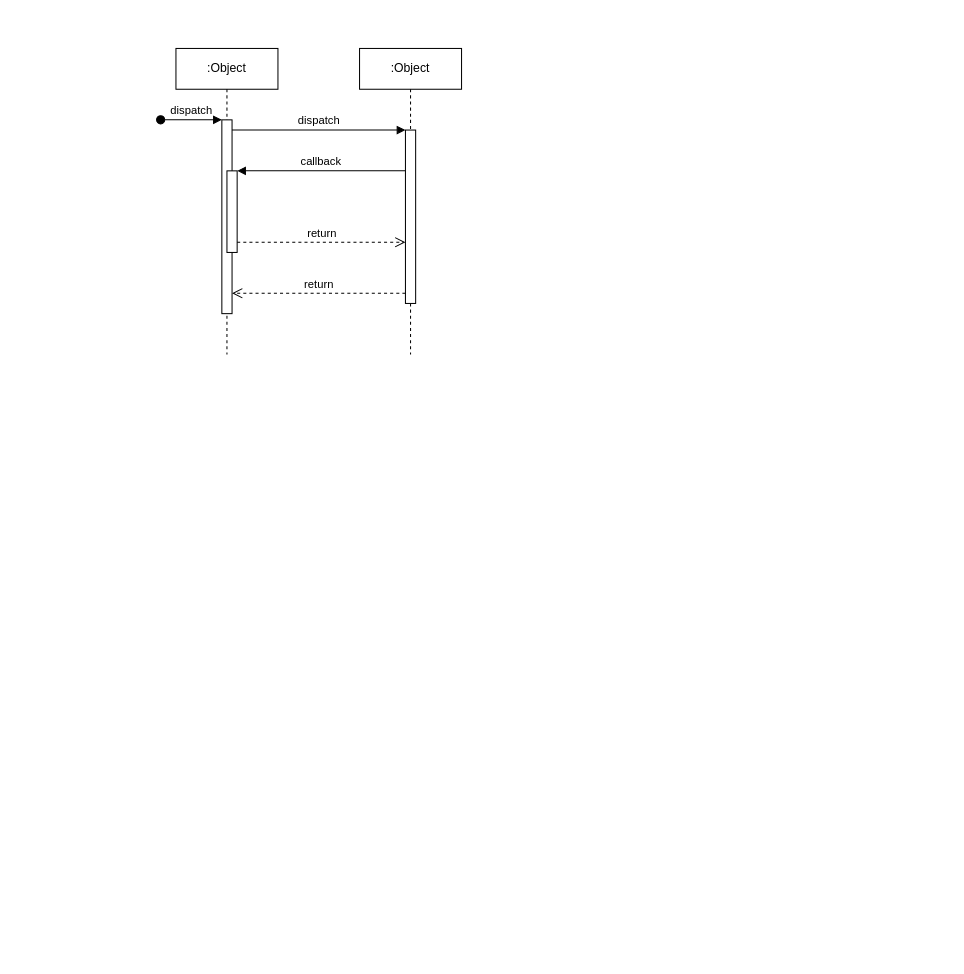
13personn/MainRepository keeps this draw.io diagram as sequence1.drawio. Above is the earlier version. Source tidied: cells renumbered, new cells numbered last; positions are measured from the earlier drawing's top-left corner, leaving out a move shared by most shapes. Both pictures are drawn from the tidied source at 102%, with x=0, y=0 at pixel (160, 48).
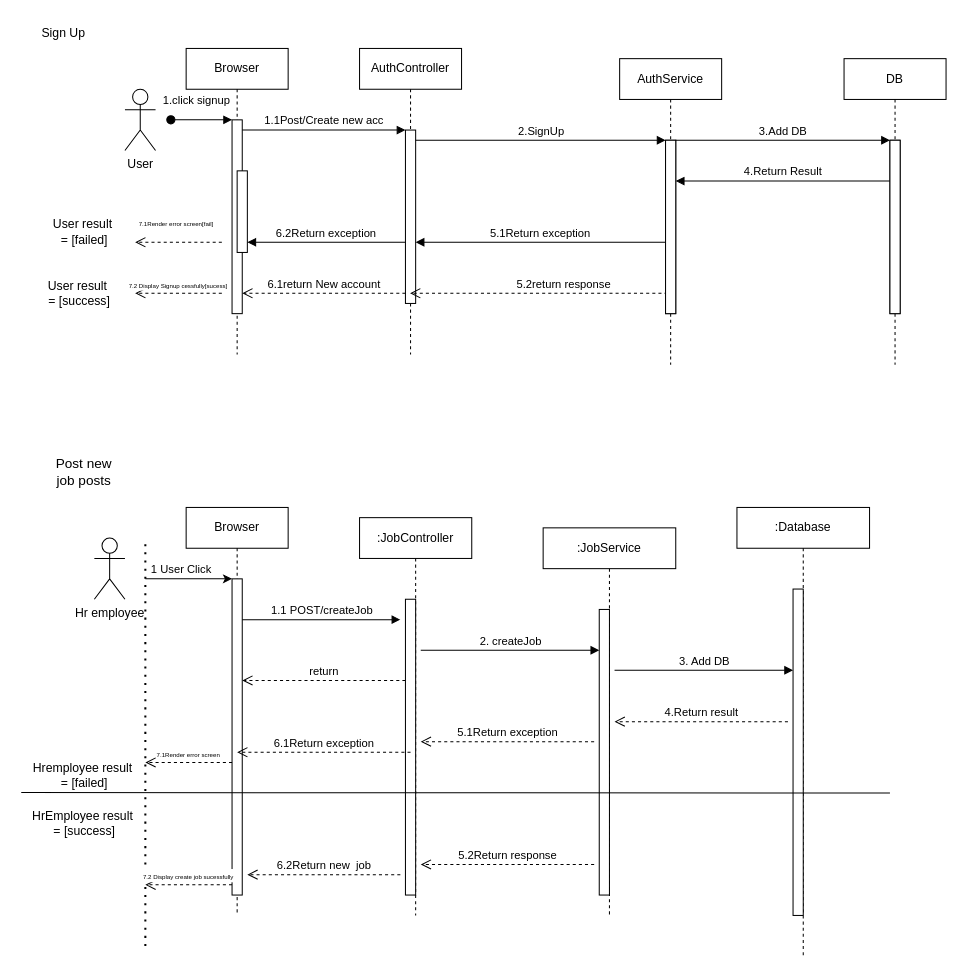
Above is the later version.

Commit message:
Cập nhật sequence1.drawio

The change refers to these unchanged cells:
```xml
<mxCell id="3" style="html=1;points=[];perimeter=orthogonalPerimeter;outlineConnect=0;targetShapes=umlLifeline;portConstraint=eastwest;newEdgeStyle={&quot;edgeStyle&quot;:&quot;elbowEdgeStyle&quot;,&quot;elbow&quot;:&quot;vertical&quot;,&quot;curved&quot;:0,&quot;rounded&quot;:0};" parent="2" vertex="1">
  <mxGeometry x="45" y="70" width="10" height="190" as="geometry" />
</mxCell>
<mxCell id="5" style="html=1;points=[];perimeter=orthogonalPerimeter;outlineConnect=0;targetShapes=umlLifeline;portConstraint=eastwest;newEdgeStyle={&quot;edgeStyle&quot;:&quot;elbowEdgeStyle&quot;,&quot;elbow&quot;:&quot;vertical&quot;,&quot;curved&quot;:0,&quot;rounded&quot;:0};" parent="2" vertex="1">
  <mxGeometry x="50" y="120" width="10" height="80" as="geometry" />
</mxCell>
<mxCell id="7" style="html=1;points=[];perimeter=orthogonalPerimeter;outlineConnect=0;targetShapes=umlLifeline;portConstraint=eastwest;newEdgeStyle={&quot;edgeStyle&quot;:&quot;elbowEdgeStyle&quot;,&quot;elbow&quot;:&quot;vertical&quot;,&quot;curved&quot;:0,&quot;rounded&quot;:0};" parent="6" vertex="1">
  <mxGeometry x="45" y="80" width="10" height="170" as="geometry" />
</mxCell>
```

The edit, as a diff of the source:
```diff
@@
-    <mxCell id="2" value=":Object" style="shape=umlLifeline;perimeter=lifelinePerimeter;whiteSpace=wrap;html=1;newEdgeStyle={&quot;edgeStyle&quot;:&quot;elbowEdgeStyle&quot;,&quot;elbow&quot;:&quot;vertical&quot;,&quot;curved&quot;:0,&quot;rounded&quot;:0};" parent="1" vertex="1">
-      <mxGeometry x="15" width="100" height="300" as="geometry" />
+    <mxCell id="2" value="Browser" style="shape=umlLifeline;perimeter=lifelinePerimeter;whiteSpace=wrap;html=1;newEdgeStyle={&quot;edgeStyle&quot;:&quot;elbowEdgeStyle&quot;,&quot;elbow&quot;:&quot;vertical&quot;,&quot;curved&quot;:0,&quot;rounded&quot;:0};" parent="1" vertex="1">
+      <mxGeometry x="25" width="100" height="300" as="geometry" />
     </mxCell>
@@
-    <mxCell id="4" value="dispatch" style="html=1;verticalAlign=bottom;startArrow=oval;endArrow=block;startSize=8;edgeStyle=elbowEdgeStyle;elbow=vertical;curved=0;rounded=0;" parent="2" edge="1" target="3">
-      <mxGeometry relative="1" as="geometry">
+    <mxCell id="4" value="1.click signup" style="html=1;verticalAlign=bottom;startArrow=oval;endArrow=block;startSize=8;edgeStyle=elbowEdgeStyle;elbow=vertical;curved=0;rounded=0;" parent="2" edge="1" target="3">
+      <mxGeometry x="-0.17" y="10" relative="1" as="geometry">
         <mxPoint x="-15" y="70" as="sourcePoint" />
       </mxGeometry>
     </mxCell>
@@
-    <mxCell id="6" value=":Object" style="shape=umlLifeline;perimeter=lifelinePerimeter;whiteSpace=wrap;html=1;outlineConnect=0;portConstraint=eastwest;newEdgeStyle={&quot;edgeStyle&quot;:&quot;elbowEdgeStyle&quot;,&quot;elbow&quot;:&quot;vertical&quot;,&quot;curved&quot;:0,&quot;rounded&quot;:0};" parent="1" vertex="1">
+    <mxCell id="6" value="AuthController" style="shape=umlLifeline;perimeter=lifelinePerimeter;whiteSpace=wrap;html=1;outlineConnect=0;portConstraint=eastwest;newEdgeStyle={&quot;edgeStyle&quot;:&quot;elbowEdgeStyle&quot;,&quot;elbow&quot;:&quot;vertical&quot;,&quot;curved&quot;:0,&quot;rounded&quot;:0};" parent="1" vertex="1">
       <mxGeometry x="195" width="100" height="300" as="geometry" />
     </mxCell>
@@
-    <mxCell id="8" value="dispatch" style="html=1;verticalAlign=bottom;endArrow=block;edgeStyle=elbowEdgeStyle;elbow=vertical;curved=0;rounded=0;" parent="1" edge="1" source="3" target="7">
+    <mxCell id="8" value="1.1Post/Create new acc" style="html=1;verticalAlign=bottom;endArrow=block;edgeStyle=elbowEdgeStyle;elbow=vertical;curved=0;rounded=0;" parent="1" edge="1" source="3" target="7">
       <mxGeometry relative="1" as="geometry">
         <Array as="points">
           <mxPoint x="155" y="80" />
         </Array>
       </mxGeometry>
     </mxCell>
-    <mxCell id="9" value="return" style="html=1;verticalAlign=bottom;endArrow=open;dashed=1;endSize=8;edgeStyle=elbowEdgeStyle;elbow=vertical;curved=0;rounded=0;" parent="1" edge="1" source="7" target="3">
+    <mxCell id="9" value="6.1return New account" style="html=1;verticalAlign=bottom;endArrow=open;dashed=1;endSize=8;edgeStyle=elbowEdgeStyle;elbow=vertical;curved=0;rounded=0;" parent="1" edge="1" source="7" target="3">
       <mxGeometry relative="1" as="geometry">
         <Array as="points">
           <mxPoint x="165" y="240" />
         </Array>
       </mxGeometry>
     </mxCell>
-    <mxCell id="10" value="callback" style="html=1;verticalAlign=bottom;endArrow=block;edgeStyle=elbowEdgeStyle;elbow=vertical;curved=0;rounded=0;" parent="1" edge="1" source="7" target="5">
+    <mxCell id="10" value="6.2Return exception" style="html=1;verticalAlign=bottom;endArrow=block;edgeStyle=elbowEdgeStyle;elbow=vertical;curved=0;rounded=0;" parent="1" edge="1" source="7" target="5">
       <mxGeometry relative="1" as="geometry">
         <Array as="points">
-          <mxPoint x="165" y="120" />
+          <mxPoint x="175" y="190" />
+          <mxPoint x="165" y="130" />
         </Array>
       </mxGeometry>
     </mxCell>
+    <mxCell id="12" value="User" style="shape=umlActor;verticalLabelPosition=bottom;verticalAlign=top;html=1;" parent="1" vertex="1">
+      <mxGeometry x="-35" y="40" width="30" height="60" as="geometry" />
+    </mxCell>
+    <mxCell id="13" style="html=1;points=[];perimeter=orthogonalPerimeter;outlineConnect=0;targetShapes=umlLifeline;portConstraint=eastwest;newEdgeStyle={&quot;edgeStyle&quot;:&quot;elbowEdgeStyle&quot;,&quot;elbow&quot;:&quot;vertical&quot;,&quot;curved&quot;:0,&quot;rounded&quot;:0};" parent="1" vertex="1">
+      <mxGeometry x="495" y="90" width="10" height="170" as="geometry" />
+    </mxCell>
+    <mxCell id="14" value="2.SignUp" style="html=1;verticalAlign=bottom;endArrow=block;edgeStyle=elbowEdgeStyle;elbow=vertical;curved=0;rounded=0;" parent="1" edge="1" source="7" target="13">
+      <mxGeometry relative="1" as="geometry">
+        <Array as="points">
+          <mxPoint x="410" y="90" />
+        </Array>
+      </mxGeometry>
+    </mxCell>
+    <mxCell id="15" value="5.2return response" style="html=1;verticalAlign=bottom;endArrow=open;dashed=1;endSize=8;edgeStyle=elbowEdgeStyle;elbow=vertical;curved=0;rounded=0;" parent="1" edge="1" target="6">
+      <mxGeometry relative="1" as="geometry">
+        <mxPoint x="495" y="190" as="sourcePoint" />
+        <Array as="points">
+          <mxPoint x="395" y="240" />
+          <mxPoint x="420" y="190" />
+        </Array>
+      </mxGeometry>
+    </mxCell>
+    <mxCell id="16" value="5.1Return exception" style="html=1;verticalAlign=bottom;endArrow=block;edgeStyle=elbowEdgeStyle;elbow=vertical;curved=0;rounded=0;" parent="1" edge="1" source="13" target="7">
+      <mxGeometry relative="1" as="geometry">
+        <Array as="points">
+          <mxPoint x="355" y="190" />
+          <mxPoint x="420" y="130" />
+        </Array>
+      </mxGeometry>
+    </mxCell>
+    <mxCell id="17" value="AuthService" style="shape=umlLifeline;perimeter=lifelinePerimeter;whiteSpace=wrap;html=1;newEdgeStyle={&quot;edgeStyle&quot;:&quot;elbowEdgeStyle&quot;,&quot;elbow&quot;:&quot;vertical&quot;,&quot;curved&quot;:0,&quot;rounded&quot;:0};" parent="1" vertex="1">
+      <mxGeometry x="450" y="10" width="100" height="300" as="geometry" />
+    </mxCell>
+    <mxCell id="18" style="html=1;points=[];perimeter=orthogonalPerimeter;outlineConnect=0;targetShapes=umlLifeline;portConstraint=eastwest;newEdgeStyle={&quot;edgeStyle&quot;:&quot;elbowEdgeStyle&quot;,&quot;elbow&quot;:&quot;vertical&quot;,&quot;curved&quot;:0,&quot;rounded&quot;:0};" parent="17" vertex="1">
+      <mxGeometry x="45" y="80" width="10" height="170" as="geometry" />
+    </mxCell>
+    <mxCell id="19" style="html=1;points=[];perimeter=orthogonalPerimeter;outlineConnect=0;targetShapes=umlLifeline;portConstraint=eastwest;newEdgeStyle={&quot;edgeStyle&quot;:&quot;elbowEdgeStyle&quot;,&quot;elbow&quot;:&quot;vertical&quot;,&quot;curved&quot;:0,&quot;rounded&quot;:0};" parent="1" vertex="1">
+      <mxGeometry x="715" y="90" width="10" height="170" as="geometry" />
+    </mxCell>
+    <mxCell id="20" value="3.Add DB" style="html=1;verticalAlign=bottom;endArrow=block;edgeStyle=elbowEdgeStyle;elbow=vertical;curved=0;rounded=0;" parent="1" edge="1" source="18" target="19">
+      <mxGeometry relative="1" as="geometry">
+        <Array as="points">
+          <mxPoint x="630" y="90" />
+        </Array>
+      </mxGeometry>
+    </mxCell>
+    <mxCell id="21" value="4.Return Result" style="html=1;verticalAlign=bottom;endArrow=block;edgeStyle=elbowEdgeStyle;elbow=vertical;curved=0;rounded=0;" parent="1" edge="1" source="19" target="18">
+      <mxGeometry relative="1" as="geometry">
+        <Array as="points">
+          <mxPoint x="640" y="130" />
+        </Array>
+      </mxGeometry>
+    </mxCell>
+    <mxCell id="22" value="DB" style="shape=umlLifeline;perimeter=lifelinePerimeter;whiteSpace=wrap;html=1;newEdgeStyle={&quot;edgeStyle&quot;:&quot;elbowEdgeStyle&quot;,&quot;elbow&quot;:&quot;vertical&quot;,&quot;curved&quot;:0,&quot;rounded&quot;:0};" parent="1" vertex="1">
+      <mxGeometry x="670" y="10" width="100" height="300" as="geometry" />
+    </mxCell>
+    <mxCell id="23" style="html=1;perimeter=orthogonalPerimeter;targetShapes=umlLifeline;newEdgeStyle={&quot;edgeStyle&quot;:&quot;elbowEdgeStyle&quot;,&quot;elbow&quot;:&quot;vertical&quot;,&quot;curved&quot;:0,&quot;rounded&quot;:0};" parent="22" vertex="1">
+      <mxGeometry x="45" y="80" width="10" height="170" as="geometry" />
+    </mxCell>
+    <mxCell id="24" value="&lt;font style=&quot;font-size: 6px;&quot;&gt;7.1Render error screen[fail]&lt;/font&gt;" style="html=1;verticalAlign=bottom;endArrow=open;dashed=1;endSize=8;edgeStyle=elbowEdgeStyle;elbow=vertical;curved=0;rounded=0;" parent="1" edge="1">
+      <mxGeometry x="0.06" y="-10" relative="1" as="geometry">
+        <mxPoint x="60" y="190" as="sourcePoint" />
+        <mxPoint x="-25" y="190" as="targetPoint" />
+        <Array as="points">
+          <mxPoint x="-10" y="190" />
+        </Array>
+      </mxGeometry>
+    </mxCell>
+    <mxCell id="25" value="&lt;font style=&quot;font-size: 6px;&quot;&gt;7.2 Display Signup cessfully[sucess]&lt;/font&gt;" style="html=1;verticalAlign=bottom;endArrow=open;dashed=1;endSize=8;edgeStyle=elbowEdgeStyle;elbow=vertical;curved=0;rounded=0;" parent="1" edge="1">
+      <mxGeometry relative="1" as="geometry">
+        <mxPoint x="60" y="240" as="sourcePoint" />
+        <mxPoint x="-25" y="240" as="targetPoint" />
+        <Array as="points">
+          <mxPoint x="-10" y="240" />
+        </Array>
+      </mxGeometry>
+    </mxCell>
+    <mxCell id="26" value="Browser" style="shape=umlLifeline;perimeter=lifelinePerimeter;whiteSpace=wrap;html=1;newEdgeStyle={&quot;edgeStyle&quot;:&quot;elbowEdgeStyle&quot;,&quot;elbow&quot;:&quot;vertical&quot;,&quot;curved&quot;:0,&quot;rounded&quot;:0};" parent="1" vertex="1">
+      <mxGeometry x="25" y="450" width="100" height="400" as="geometry" />
+    </mxCell>
+    <mxCell id="27" style="html=1;points=[];perimeter=orthogonalPerimeter;outlineConnect=0;targetShapes=umlLifeline;portConstraint=eastwest;newEdgeStyle={&quot;edgeStyle&quot;:&quot;elbowEdgeStyle&quot;,&quot;elbow&quot;:&quot;vertical&quot;,&quot;curved&quot;:0,&quot;rounded&quot;:0};" parent="26" vertex="1">
+      <mxGeometry x="45" y="70" width="10" height="310" as="geometry" />
+    </mxCell>
+    <mxCell id="28" value=":JobController" style="shape=umlLifeline;perimeter=lifelinePerimeter;whiteSpace=wrap;html=1;newEdgeStyle={&quot;edgeStyle&quot;:&quot;elbowEdgeStyle&quot;,&quot;elbow&quot;:&quot;vertical&quot;,&quot;curved&quot;:0,&quot;rounded&quot;:0};" parent="1" vertex="1">
+      <mxGeometry x="195" y="460" width="110" height="390" as="geometry" />
+    </mxCell>
+    <mxCell id="29" style="html=1;perimeter=orthogonalPerimeter;targetShapes=umlLifeline;newEdgeStyle={&quot;edgeStyle&quot;:&quot;elbowEdgeStyle&quot;,&quot;elbow&quot;:&quot;vertical&quot;,&quot;curved&quot;:0,&quot;rounded&quot;:0};" parent="28" vertex="1">
+      <mxGeometry x="45" y="80" width="10" height="290" as="geometry" />
+    </mxCell>
+    <mxCell id="30" value="1.1 POST/createJob" style="html=1;verticalAlign=bottom;endArrow=block;edgeStyle=elbowEdgeStyle;elbow=horizontal;curved=0;rounded=0;" parent="1" edge="1">
+      <mxGeometry relative="1" as="geometry">
+        <mxPoint x="80" y="560" as="sourcePoint" />
+        <mxPoint x="235" y="560" as="targetPoint" />
+        <Array as="points">
+          <mxPoint x="165" y="560" />
+        </Array>
+      </mxGeometry>
+    </mxCell>
-    <mxCell id="11" value="return" style="html=1;verticalAlign=bottom;endArrow=open;dashed=1;endSize=8;edgeStyle=elbowEdgeStyle;elbow=vertical;curved=0;rounded=0;" parent="1" edge="1" source="5" target="7">
+    <mxCell id="11" value="return" style="html=1;verticalAlign=bottom;endArrow=open;dashed=1;endSize=8;edgeStyle=elbowEdgeStyle;elbow=vertical;curved=0;rounded=0;" parent="1" edge="1">
       <mxGeometry relative="1" as="geometry">
+        <mxPoint x="240" y="619.6" as="sourcePoint" />
+        <mxPoint x="80" y="619.6" as="targetPoint" />
         <Array as="points">
-          <mxPoint x="155" y="190" />
+          <mxPoint x="175" y="619.6" />
         </Array>
       </mxGeometry>
     </mxCell>
+    <mxCell id="31" value="Hr employee" style="shape=umlActor;verticalLabelPosition=bottom;verticalAlign=top;html=1;" parent="1" vertex="1">
+      <mxGeometry x="-65" y="480" width="30" height="60" as="geometry" />
+    </mxCell>
+    <mxCell id="32" value=":JobService" style="shape=umlLifeline;perimeter=lifelinePerimeter;whiteSpace=wrap;html=1;newEdgeStyle={&quot;edgeStyle&quot;:&quot;elbowEdgeStyle&quot;,&quot;elbow&quot;:&quot;vertical&quot;,&quot;curved&quot;:0,&quot;rounded&quot;:0};size=40;" parent="1" vertex="1">
+      <mxGeometry x="375" y="470" width="130" height="380" as="geometry" />
+    </mxCell>
+    <mxCell id="33" style="html=1;perimeter=orthogonalPerimeter;targetShapes=umlLifeline;newEdgeStyle={&quot;edgeStyle&quot;:&quot;elbowEdgeStyle&quot;,&quot;elbow&quot;:&quot;vertical&quot;,&quot;curved&quot;:0,&quot;rounded&quot;:0};" parent="32" vertex="1">
+      <mxGeometry x="55" y="80" width="10" height="280" as="geometry" />
+    </mxCell>
+    <mxCell id="34" value="2. createJob" style="html=1;verticalAlign=bottom;endArrow=block;edgeStyle=elbowEdgeStyle;elbow=vertical;curved=0;rounded=0;" parent="1" edge="1">
+      <mxGeometry relative="1" as="geometry">
+        <mxPoint x="255" y="590" as="sourcePoint" />
+        <mxPoint x="430" y="590" as="targetPoint" />
+        <Array as="points">
+          <mxPoint x="340" y="590" />
+        </Array>
+      </mxGeometry>
+    </mxCell>
+    <mxCell id="35" value=":Database" style="shape=umlLifeline;perimeter=lifelinePerimeter;whiteSpace=wrap;html=1;newEdgeStyle={&quot;edgeStyle&quot;:&quot;elbowEdgeStyle&quot;,&quot;elbow&quot;:&quot;vertical&quot;,&quot;curved&quot;:0,&quot;rounded&quot;:0};size=40;" parent="1" vertex="1">
+      <mxGeometry x="565" y="450" width="130" height="440" as="geometry" />
+    </mxCell>
+    <mxCell id="36" style="html=1;perimeter=orthogonalPerimeter;targetShapes=umlLifeline;newEdgeStyle={&quot;edgeStyle&quot;:&quot;elbowEdgeStyle&quot;,&quot;elbow&quot;:&quot;vertical&quot;,&quot;curved&quot;:0,&quot;rounded&quot;:0};" parent="35" vertex="1">
+      <mxGeometry x="55" y="80" width="10" height="320" as="geometry" />
+    </mxCell>
+    <mxCell id="37" value="3. Add DB" style="html=1;verticalAlign=bottom;endArrow=block;edgeStyle=elbowEdgeStyle;elbow=vertical;curved=0;rounded=0;" parent="1" edge="1">
+      <mxGeometry relative="1" as="geometry">
+        <mxPoint x="445" y="609.6" as="sourcePoint" />
+        <mxPoint x="620" y="609.6" as="targetPoint" />
+        <Array as="points">
+          <mxPoint x="530" y="609.6" />
+        </Array>
+      </mxGeometry>
+    </mxCell>
+    <mxCell id="38" value="4.Return result" style="html=1;verticalAlign=bottom;endArrow=open;dashed=1;endSize=8;edgeStyle=elbowEdgeStyle;elbow=vertical;curved=0;rounded=0;" parent="1" edge="1">
+      <mxGeometry relative="1" as="geometry">
+        <mxPoint x="615" y="660" as="sourcePoint" />
+        <mxPoint x="445" y="660" as="targetPoint" />
+        <Array as="points">
+          <mxPoint x="540" y="660" />
+        </Array>
+      </mxGeometry>
+    </mxCell>
+    <mxCell id="39" value="5.1Return exception" style="html=1;verticalAlign=bottom;endArrow=open;dashed=1;endSize=8;edgeStyle=elbowEdgeStyle;elbow=vertical;curved=0;rounded=0;" parent="1" edge="1">
+      <mxGeometry relative="1" as="geometry">
+        <mxPoint x="425" y="679.6" as="sourcePoint" />
+        <mxPoint x="255" y="679.6" as="targetPoint" />
+        <Array as="points">
+          <mxPoint x="350" y="679.6" />
+        </Array>
+      </mxGeometry>
+    </mxCell>
+    <mxCell id="40" value="&lt;font style=&quot;font-size: 6px;&quot;&gt;7.1Render error screen&lt;/font&gt;" style="html=1;verticalAlign=bottom;endArrow=open;dashed=1;endSize=8;edgeStyle=elbowEdgeStyle;elbow=vertical;curved=0;rounded=0;" parent="1" edge="1" source="27">
+      <mxGeometry relative="1" as="geometry">
+        <mxPoint x="-15" y="700" as="targetPoint" />
+        <Array as="points">
+          <mxPoint y="700" />
+        </Array>
+      </mxGeometry>
+    </mxCell>
+    <mxCell id="41" value="6.1Return exception" style="html=1;verticalAlign=bottom;endArrow=open;dashed=1;endSize=8;edgeStyle=elbowEdgeStyle;elbow=vertical;curved=0;rounded=0;" parent="1" edge="1">
+      <mxGeometry relative="1" as="geometry">
+        <mxPoint x="245" y="690" as="sourcePoint" />
+        <mxPoint x="75" y="690" as="targetPoint" />
+        <Array as="points">
+          <mxPoint x="170" y="690" />
+        </Array>
+      </mxGeometry>
+    </mxCell>
+    <mxCell id="42" style="endArrow=none;dashed=1;html=1;dashPattern=1 3;strokeWidth=2;rounded=0;" parent="1" edge="1">
+      <mxGeometry relative="1" as="geometry">
+        <mxPoint x="-15" y="880" as="sourcePoint" />
+        <mxPoint x="-15" y="480" as="targetPoint" />
+      </mxGeometry>
+    </mxCell>
+    <mxCell id="43" style="endArrow=classic;html=1;rounded=0;" parent="1" edge="1" target="27">
+      <mxGeometry relative="1" as="geometry">
+        <mxPoint x="-15" y="520" as="sourcePoint" />
+      </mxGeometry>
+    </mxCell>
+    <mxCell id="44" value="1 User Click" style="edgeLabel;html=1;align=center;verticalAlign=middle;" parent="43" vertex="1">
+      <mxGeometry x="-0.27" relative="1" as="geometry">
+        <mxPoint x="3" y="-10" as="offset" />
+      </mxGeometry>
+    </mxCell>
+    <mxCell id="45" style="endArrow=none;html=1;rounded=0;exitX=-0.014;exitY=0.914;exitDx=0;exitDy=0;exitPerimeter=0;" parent="1" edge="1" source="49">
+      <mxGeometry relative="1" as="geometry">
+        <mxPoint x="715" y="730" as="targetPoint" />
+      </mxGeometry>
+    </mxCell>
+    <mxCell id="46" value="5.2Return response" style="html=1;verticalAlign=bottom;endArrow=open;dashed=1;endSize=8;edgeStyle=elbowEdgeStyle;elbow=vertical;curved=0;rounded=0;" parent="1" edge="1">
+      <mxGeometry relative="1" as="geometry">
+        <mxPoint x="425" y="800" as="sourcePoint" />
+        <mxPoint x="255" y="800" as="targetPoint" />
+        <Array as="points">
+          <mxPoint x="350" y="800" />
+        </Array>
+      </mxGeometry>
+    </mxCell>
+    <mxCell id="47" value="6.2Return new&amp;nbsp; job" style="html=1;verticalAlign=bottom;endArrow=open;dashed=1;endSize=8;edgeStyle=elbowEdgeStyle;elbow=vertical;curved=0;rounded=0;" parent="1" edge="1">
+      <mxGeometry relative="1" as="geometry">
+        <mxPoint x="235" y="810" as="sourcePoint" />
+        <mxPoint x="85" y="810" as="targetPoint" />
+        <Array as="points">
+          <mxPoint x="170" y="810" />
+        </Array>
+      </mxGeometry>
+    </mxCell>
+    <mxCell id="48" value="&lt;font style=&quot;font-size: 6px;&quot;&gt;7.2 Display create job sucessfully&lt;/font&gt;" style="html=1;verticalAlign=bottom;endArrow=open;dashed=1;endSize=8;edgeStyle=elbowEdgeStyle;elbow=vertical;curved=0;rounded=0;" parent="1" edge="1">
+      <mxGeometry relative="1" as="geometry">
+        <mxPoint x="70" y="820" as="sourcePoint" />
+        <mxPoint x="-15" y="820" as="targetPoint" />
+        <Array as="points">
+          <mxPoint y="820" />
+        </Array>
+      </mxGeometry>
+    </mxCell>
+    <mxCell id="49" value="Hremployee result&amp;nbsp;&lt;br&gt;= [failed]" style="text;html=1;align=center;verticalAlign=middle;points=[];strokeColor=none;fillColor=none;" parent="1" vertex="1">
+      <mxGeometry x="-135" y="693" width="120" height="40" as="geometry" />
+    </mxCell>
+    <mxCell id="50" value="HrEmployee result&amp;nbsp;&lt;br&gt;= [success]" style="text;html=1;align=center;verticalAlign=middle;strokeColor=none;fillColor=none;" parent="1" vertex="1">
+      <mxGeometry x="-140" y="740" width="130" height="40" as="geometry" />
+    </mxCell>
+    <mxCell id="51" value="Sign Up" style="text;html=1;align=center;verticalAlign=middle;whiteSpace=wrap;rounded=0;" parent="1" vertex="1">
+      <mxGeometry x="-125" y="-30" width="60" height="30" as="geometry" />
+    </mxCell>
+    <mxCell id="52" value="&lt;span style=&quot;font-family: Arial; font-size: 13.3333px; text-align: start; white-space-collapse: preserve; background-color: rgb(255, 255, 255);&quot;&gt;Post new job posts&lt;/span&gt;" style="text;html=1;align=center;verticalAlign=middle;whiteSpace=wrap;rounded=0;" parent="1" vertex="1">
+      <mxGeometry x="-105" y="400" width="60" height="30" as="geometry" />
+    </mxCell>
+    <mxCell id="53" value="User result&amp;nbsp;&lt;br&gt;= [failed]" style="text;html=1;align=center;verticalAlign=middle;strokeColor=none;fillColor=none;" parent="1" vertex="1">
+      <mxGeometry x="-115" y="160" width="80" height="40" as="geometry" />
+    </mxCell>
+    <mxCell id="54" value="User result&amp;nbsp;&lt;br&gt;= [success]" style="text;html=1;align=center;verticalAlign=middle;strokeColor=none;fillColor=none;" parent="1" vertex="1">
+      <mxGeometry x="-120" y="220" width="80" height="40" as="geometry" />
+    </mxCell>
```
